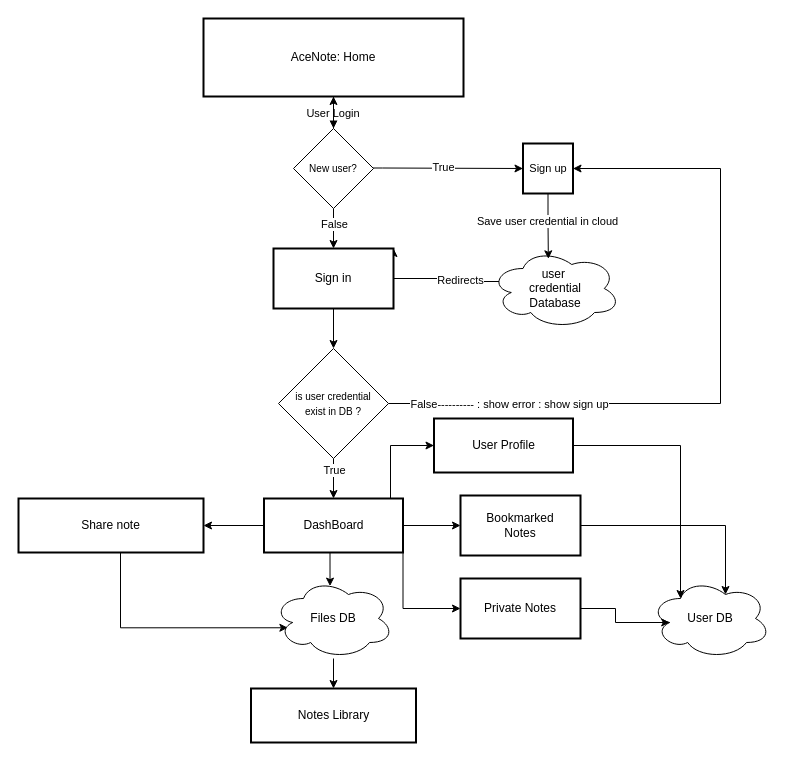
arbazarshad7/AceNotes keeps this draw.io diagram as Workflow_1.drawio. Above is the earlier version. Source tidied: cells renumbered, new cells numbered last; positions are measured from the earlier drawing's top-left corner, leaving out a move shared by most shapes. Both pictures are drawn from the tidied source at 100%, with x=0, y=0 at pixel (18, 18).
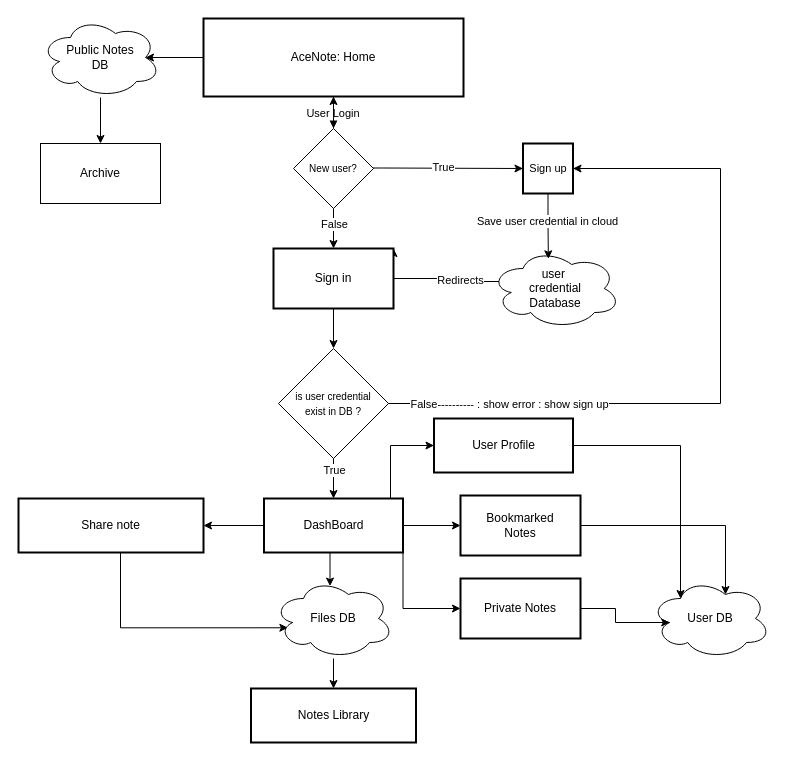
The same page after the edit.

Unchanged cells that the change refers to:
```xml
<mxCell id="2" value="AceNote: Home" style="whiteSpace=wrap;strokeWidth=2;" parent="1" vertex="1">
  <mxGeometry x="185" width="260" height="78" as="geometry" />
</mxCell>
```

What changed in the source:
```diff
@@
+    <mxCell id="41" value="Archive" style="rounded=0;whiteSpace=wrap;html=1;" parent="1" vertex="1">
+      <mxGeometry x="22" y="125" width="120" height="60" as="geometry" />
+    </mxCell>
+    <mxCell id="42" style="edgeStyle=orthogonalEdgeStyle;rounded=0;jettySize=auto;html=1;entryX=0.5;entryY=0;entryDx=0;entryDy=0;" parent="1" edge="1" source="43" target="41">
+      <mxGeometry relative="1" as="geometry" />
+    </mxCell>
+    <mxCell id="43" value="Public Notes&lt;div&gt;DB&lt;/div&gt;" style="ellipse;shape=cloud;whiteSpace=wrap;html=1;" parent="1" vertex="1">
+      <mxGeometry x="22" y="-1" width="120" height="80" as="geometry" />
+    </mxCell>
+    <mxCell id="44" style="edgeStyle=orthogonalEdgeStyle;rounded=0;jettySize=auto;html=1;entryX=0.875;entryY=0.5;entryDx=0;entryDy=0;entryPerimeter=0;" parent="1" edge="1" source="2" target="43">
+      <mxGeometry relative="1" as="geometry" />
+    </mxCell>
```
